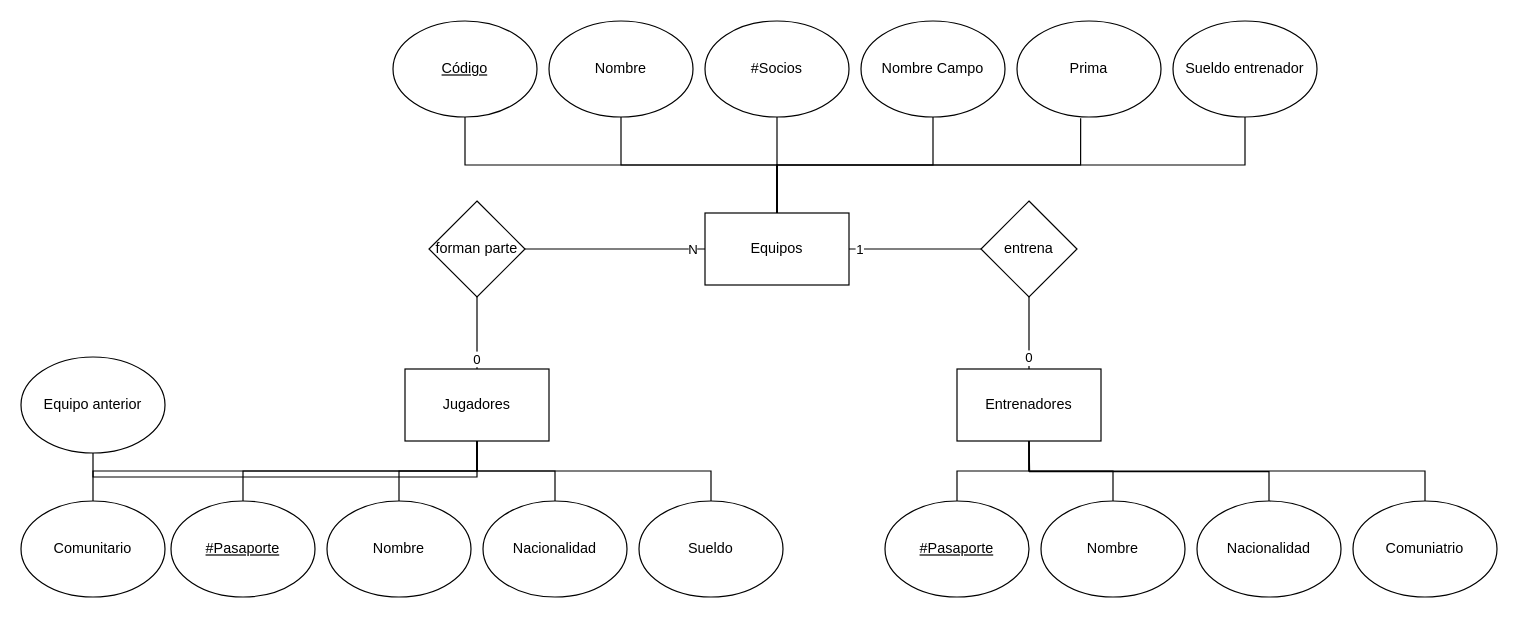
This is page "La Liga ii" (3 of 7) of ejercicios_diagramas_e_r.drawio from Fonsy/BBDD2021, a draw.io file, before an edit. Source tidied: cells renumbered, new cells numbered last; positions are measured from the earlier drawing's top-left corner, leaving out a move shared by most shapes. Both pictures are drawn from the tidied source at 120%, with x=0, y=0 at pixel (20, 20).
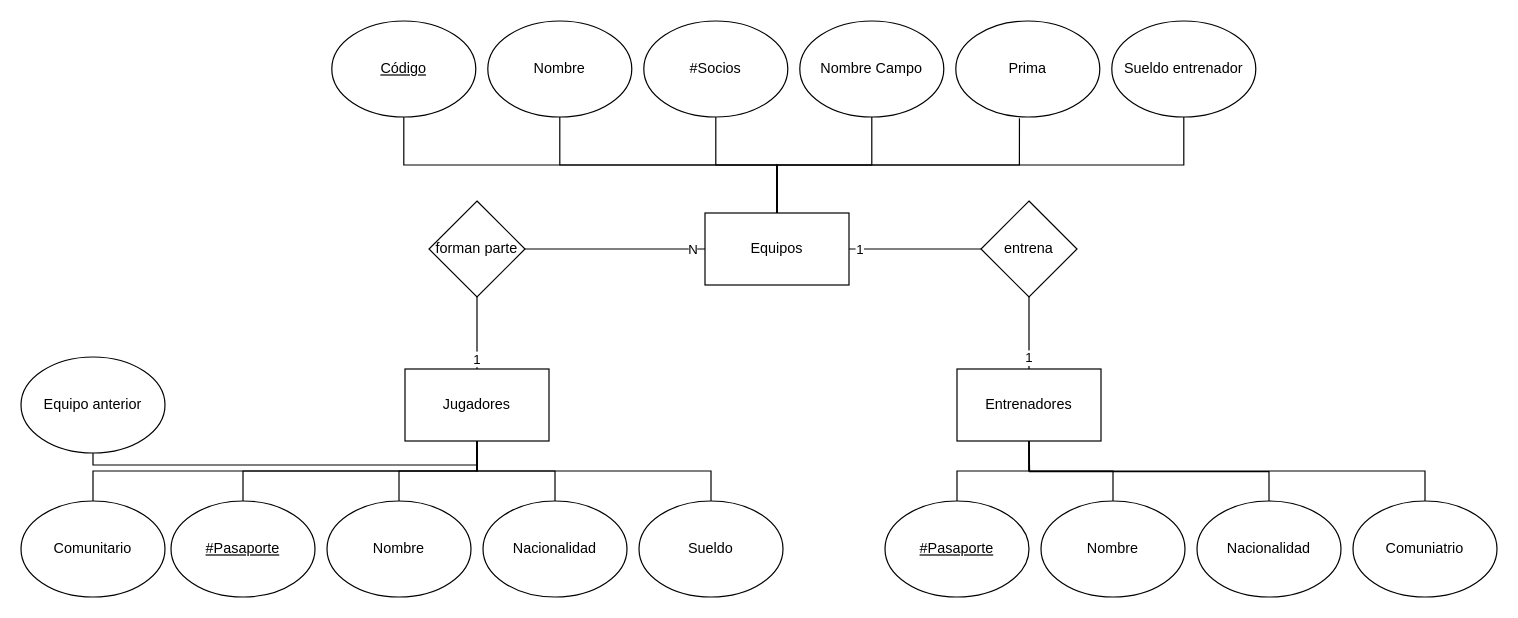
The same page after the edit.

The change refers to these unchanged cells:
```xml
<mxCell id="4" style="edgeStyle=orthogonalEdgeStyle;rounded=0;jettySize=auto;html=1;entryX=0.5;entryY=1;entryDx=0;entryDy=0;endArrow=none;endFill=0;" parent="1" edge="1" source="6" target="21">
  <mxGeometry relative="1" as="geometry" />
</mxCell>
<mxCell id="7" value="Jugadores" style="rounded=0;whiteSpace=wrap;html=1;" parent="1" vertex="1">
  <mxGeometry x="320" y="290" width="120" height="60" as="geometry" />
</mxCell>
<mxCell id="26" style="edgeStyle=orthogonalEdgeStyle;rounded=0;jettySize=auto;html=1;endArrow=none;endFill=0;" parent="1" edge="1" source="30" target="7">
  <mxGeometry relative="1" as="geometry" />
</mxCell>
<mxCell id="40" value="Equipo anterior" style="ellipse;whiteSpace=wrap;html=1;" parent="1" vertex="1">
  <mxGeometry y="280" width="120" height="80" as="geometry" />
</mxCell>
```

The edit, as a diff of the source:
```diff
@@
-    <mxCell id="5" value="0" style="edgeLabel;html=1;align=center;verticalAlign=middle;" parent="4" vertex="1">
+    <mxCell id="5" value="1" style="edgeLabel;html=1;align=center;verticalAlign=middle;" parent="4" vertex="1">
       <mxGeometry x="-0.66" y="-1" relative="1" as="geometry">
         <mxPoint x="-2" as="offset" />
       </mxGeometry>
     </mxCell>
@@
     <mxCell id="8" value="Nombre" style="ellipse;whiteSpace=wrap;html=1;" parent="1" vertex="1">
-      <mxGeometry x="440" width="120" height="80" as="geometry" />
+      <mxGeometry x="389" width="120" height="80" as="geometry" />
     </mxCell>
@@
     <mxCell id="10" value="#Socios" style="ellipse;whiteSpace=wrap;html=1;" parent="1" vertex="1">
-      <mxGeometry x="570" width="120" height="80" as="geometry" />
+      <mxGeometry x="519" width="120" height="80" as="geometry" />
     </mxCell>
@@
     <mxCell id="23" value="Nombre Campo" style="ellipse;whiteSpace=wrap;html=1;" parent="1" vertex="1">
-      <mxGeometry x="700" width="120" height="80" as="geometry" />
+      <mxGeometry x="649" width="120" height="80" as="geometry" />
     </mxCell>
@@
     <mxCell id="25" value="&lt;u&gt;Código&lt;/u&gt;" style="ellipse;whiteSpace=wrap;html=1;" parent="1" vertex="1">
-      <mxGeometry x="310" width="120" height="80" as="geometry" />
+      <mxGeometry x="259" width="120" height="80" as="geometry" />
     </mxCell>
@@
-    <mxCell id="27" value="0" style="edgeLabel;html=1;align=center;verticalAlign=middle;" parent="26" vertex="1">
+    <mxCell id="27" value="1" style="edgeLabel;html=1;align=center;verticalAlign=middle;" parent="26" vertex="1">
       <mxGeometry x="0.65" y="3" relative="1" as="geometry">
         <mxPoint x="-4" y="1" as="offset" />
       </mxGeometry>
     </mxCell>
@@
     <mxCell id="36" value="Prima" style="ellipse;whiteSpace=wrap;html=1;" parent="1" vertex="1">
-      <mxGeometry x="830" width="120" height="80" as="geometry" />
+      <mxGeometry x="779" width="120" height="80" as="geometry" />
     </mxCell>
@@
     <mxCell id="39" style="edgeStyle=orthogonalEdgeStyle;rounded=0;jettySize=auto;html=1;entryX=0.5;entryY=1;entryDx=0;entryDy=0;endArrow=none;endFill=0;exitX=0.5;exitY=1;exitDx=0;exitDy=0;" parent="1" edge="1" source="40" target="7">
-      <mxGeometry relative="1" as="geometry" />
+      <mxGeometry relative="1" as="geometry">
+        <Array as="points">
+          <mxPoint x="60" y="370" />
+          <mxPoint x="380" y="370" />
+        </Array>
+      </mxGeometry>
     </mxCell>
@@
     <mxCell id="46" value="Sueldo entrenador" style="ellipse;whiteSpace=wrap;html=1;" parent="1" vertex="1">
-      <mxGeometry x="960" width="120" height="80" as="geometry" />
+      <mxGeometry x="909" width="120" height="80" as="geometry" />
     </mxCell>
```
